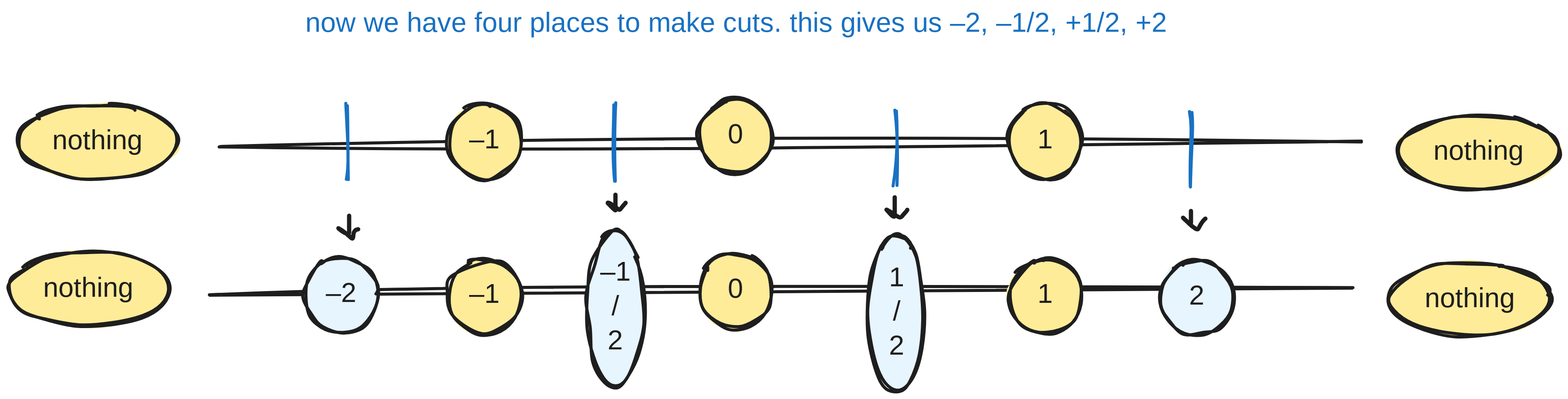
Before: public/how-i-vibed-a-proof-of-conways-conjecture/step3-full.svg, a diagram exported from Excalidraw (gaearon/overreacted.io). Source tidied: one line per element, renumbered; positions are measured from the earlier drawing's top-left corner, leaving out a move shared by most shapes.
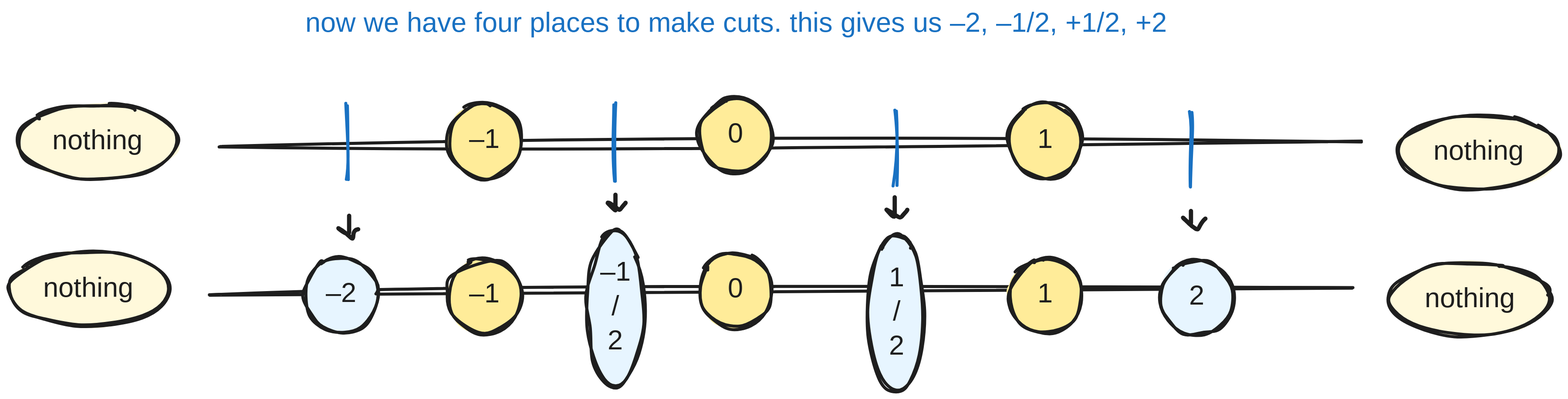
Above is the later version.

Diff of the diagram source:
```diff
@@ -1,7 +1,7 @@
-{"id": 0, "type": "ellipse", "strokeColor": "#1e1e1e", "backgroundColor": "#ffec99", "fillStyle": "solid", "strokeWidth": 4, "roughness": 2, "x": 12, "y": 127, "width": 212, "height": 98}
+{"id": 0, "type": "ellipse", "strokeColor": "#1e1e1e", "backgroundColor": "#fff9db", "fillStyle": "solid", "strokeWidth": 4, "roughness": 2, "x": 12, "y": 127, "width": 212, "height": 98}
-{"id": 1, "type": "ellipse", "strokeColor": "#1e1e1e", "backgroundColor": "#ffec99", "fillStyle": "solid", "strokeWidth": 4, "roughness": 2, "x": 0, "y": 321, "width": 212, "height": 98}
+{"id": 1, "type": "ellipse", "strokeColor": "#1e1e1e", "backgroundColor": "#fff9db", "fillStyle": "solid", "strokeWidth": 4, "roughness": 2, "x": 0, "y": 321, "width": 212, "height": 98}
-{"id": 2, "type": "ellipse", "strokeColor": "#1e1e1e", "backgroundColor": "#ffec99", "fillStyle": "solid", "strokeWidth": 4, "roughness": 2, "x": 1824, "y": 140, "width": 212, "height": 98}
+{"id": 2, "type": "ellipse", "strokeColor": "#1e1e1e", "backgroundColor": "#fff9db", "fillStyle": "solid", "strokeWidth": 4, "roughness": 2, "x": 1824, "y": 140, "width": 212, "height": 98}
-{"id": 3, "type": "ellipse", "strokeColor": "#1e1e1e", "backgroundColor": "#ffec99", "fillStyle": "solid", "strokeWidth": 4, "roughness": 2, "x": 1813, "y": 334, "width": 212, "height": 98}
+{"id": 3, "type": "ellipse", "strokeColor": "#1e1e1e", "backgroundColor": "#fff9db", "fillStyle": "solid", "strokeWidth": 4, "roughness": 2, "x": 1813, "y": 334, "width": 212, "height": 98}
 {"id": 4, "type": "line", "strokeColor": "#1e1e1e", "backgroundColor": "#ffec99", "fillStyle": "cross-hatch", "strokeWidth": 4, "roughness": 2, "x": 277, "y": 184, "width": 1498, "height": 8, "points": [[0, 0], [1498, -8]]}
 {"id": 5, "type": "line", "strokeColor": "#1e1e1e", "backgroundColor": "#ffec99", "fillStyle": "cross-hatch", "strokeWidth": 4, "roughness": 2, "x": 265, "y": 378, "width": 1498, "height": 8, "points": [[0, 0], [1498, -8]]}
 {"id": 6, "type": "text", "text": "now we have four places to make cuts. this gives us –2, –1/2, +1/2, +2", "strokeColor": "#1971c2", "backgroundColor": "#ffec99", "fillStyle": "cross-hatch", "strokeWidth": 4, "roughness": 2, "fontSize": 36, "fontFamily": 5, "textAlign": "center", "x": 323, "y": 0, "width": 1264, "height": 45}
@@ -9,17 +9,17 @@
 {"id": 8, "type": "line", "strokeColor": "#1971c2", "backgroundColor": "#ffec99", "fillStyle": "cross-hatch", "strokeWidth": 4, "roughness": 2, "x": 1554, "y": 137, "width": 0, "height": 99, "points": [[0, 0], [0, 99]]}
 {"id": 9, "type": "line", "strokeColor": "#1971c2", "backgroundColor": "#ffec99", "fillStyle": "cross-hatch", "strokeWidth": 4, "roughness": 2, "x": 1165, "y": 135, "width": 0, "height": 99, "points": [[0, 0], [0, 99]]}
 {"id": 10, "type": "line", "strokeColor": "#1971c2", "backgroundColor": "#ffec99", "fillStyle": "cross-hatch", "strokeWidth": 4, "roughness": 2, "x": 794, "y": 129, "width": 0, "height": 99, "points": [[0, 0], [0, 99]]}
-{"id": 11, "type": "text", "text": "nothing", "strokeColor": "#1e1e1e", "backgroundColor": "#ffec99", "fillStyle": "cross-hatch", "strokeWidth": 4, "roughness": 2, "fontSize": 36, "fontFamily": 5, "textAlign": "center", "x": 53, "y": 154, "width": 129, "height": 45}
+{"id": 11, "type": "text", "text": "nothing", "strokeColor": "#1e1e1e", "backgroundColor": "#fff9db", "fillStyle": "cross-hatch", "strokeWidth": 4, "roughness": 2, "fontSize": 36, "fontFamily": 5, "textAlign": "center", "x": 53, "y": 154, "width": 129, "height": 45}
-{"id": 12, "type": "text", "text": "nothing", "strokeColor": "#1e1e1e", "backgroundColor": "#ffec99", "fillStyle": "cross-hatch", "strokeWidth": 4, "roughness": 2, "fontSize": 36, "fontFamily": 5, "textAlign": "center", "x": 41, "y": 348, "width": 129, "height": 45}
+{"id": 12, "type": "text", "text": "nothing", "strokeColor": "#1e1e1e", "backgroundColor": "#fff9db", "fillStyle": "cross-hatch", "strokeWidth": 4, "roughness": 2, "fontSize": 36, "fontFamily": 5, "textAlign": "center", "x": 41, "y": 348, "width": 129, "height": 45}
-{"id": 13, "type": "text", "text": "nothing", "strokeColor": "#1e1e1e", "backgroundColor": "#ffec99", "fillStyle": "cross-hatch", "strokeWidth": 4, "roughness": 2, "fontSize": 36, "fontFamily": 5, "textAlign": "center", "x": 1865, "y": 168, "width": 129, "height": 45}
+{"id": 13, "type": "text", "text": "nothing", "strokeColor": "#1e1e1e", "backgroundColor": "#fff9db", "fillStyle": "cross-hatch", "strokeWidth": 4, "roughness": 2, "fontSize": 36, "fontFamily": 5, "textAlign": "center", "x": 1865, "y": 168, "width": 129, "height": 45}
-{"id": 14, "type": "text", "text": "nothing", "strokeColor": "#1e1e1e", "backgroundColor": "#ffec99", "fillStyle": "cross-hatch", "strokeWidth": 4, "roughness": 2, "fontSize": 36, "fontFamily": 5, "textAlign": "center", "x": 1854, "y": 362, "width": 129, "height": 45}
+{"id": 14, "type": "text", "text": "nothing", "strokeColor": "#1e1e1e", "backgroundColor": "#fff9db", "fillStyle": "cross-hatch", "strokeWidth": 4, "roughness": 2, "fontSize": 36, "fontFamily": 5, "textAlign": "center", "x": 1854, "y": 362, "width": 129, "height": 45}
-{"id": 15, "type": "ellipse", "strokeColor": "#1e1e1e", "backgroundColor": "#ffec99", "fillStyle": "solid", "strokeWidth": 4, "roughness": 2, "x": 906, "y": 120, "width": 96, "height": 98}
+{"id": 15, "type": "ellipse", "strokeColor": "#1e1e1e", "backgroundColor": "#ffec99", "fillStyle": "solid", "strokeWidth": 4, "roughness": 2, "x": 906, "y": 119, "width": 96, "height": 98}
-{"id": 16, "type": "text", "text": "0", "strokeColor": "#1e1e1e", "backgroundColor": "#ffec99", "fillStyle": "solid", "strokeWidth": 4, "roughness": 2, "fontSize": 36, "fontFamily": 5, "textAlign": "center", "verticalAlign": "middle", "inside": 15, "x": 943, "y": 146, "width": 24, "height": 45}
+{"id": 16, "type": "text", "text": "0", "strokeColor": "#1e1e1e", "backgroundColor": "#ffec99", "fillStyle": "solid", "strokeWidth": 4, "roughness": 2, "fontSize": 36, "fontFamily": 5, "textAlign": "center", "verticalAlign": "middle", "inside": 15, "x": 943, "y": 145, "width": 24, "height": 45}
-{"id": 17, "type": "ellipse", "strokeColor": "#1e1e1e", "backgroundColor": "#ffec99", "fillStyle": "solid", "strokeWidth": 4, "roughness": 2, "x": 906, "y": 323, "width": 96, "height": 98}
+{"id": 17, "type": "ellipse", "strokeColor": "#1e1e1e", "backgroundColor": "#ffec99", "fillStyle": "solid", "strokeWidth": 4, "roughness": 2, "x": 906, "y": 322, "width": 96, "height": 98}
-{"id": 18, "type": "text", "text": "0", "strokeColor": "#1e1e1e", "backgroundColor": "#ffec99", "fillStyle": "solid", "strokeWidth": 4, "roughness": 2, "fontSize": 36, "fontFamily": 5, "textAlign": "center", "verticalAlign": "middle", "inside": 17, "x": 943, "y": 349, "width": 24, "height": 45}
+{"id": 18, "type": "text", "text": "0", "strokeColor": "#1e1e1e", "backgroundColor": "#ffec99", "fillStyle": "solid", "strokeWidth": 4, "roughness": 2, "fontSize": 36, "fontFamily": 5, "textAlign": "center", "verticalAlign": "middle", "inside": 17, "x": 943, "y": 348, "width": 24, "height": 45}
-{"id": 19, "type": "ellipse", "strokeColor": "#1e1e1e", "backgroundColor": "#ffec99", "fillStyle": "solid", "strokeWidth": 4, "roughness": 2, "x": 577, "y": 127, "width": 96, "height": 98}
+{"id": 19, "type": "ellipse", "strokeColor": "#1e1e1e", "backgroundColor": "#ffec99", "fillStyle": "solid", "strokeWidth": 4, "roughness": 2, "x": 577, "y": 126, "width": 96, "height": 98}
-{"id": 20, "type": "text", "text": "–1", "strokeColor": "#1e1e1e", "backgroundColor": "#ffec99", "fillStyle": "solid", "strokeWidth": 4, "roughness": 2, "fontSize": 36, "fontFamily": 5, "textAlign": "center", "verticalAlign": "middle", "inside": 19, "x": 605, "y": 153, "width": 40, "height": 45}
+{"id": 20, "type": "text", "text": "–1", "strokeColor": "#1e1e1e", "backgroundColor": "#ffec99", "fillStyle": "solid", "strokeWidth": 4, "roughness": 2, "fontSize": 36, "fontFamily": 5, "textAlign": "center", "verticalAlign": "middle", "inside": 19, "x": 605, "y": 152, "width": 40, "height": 45}
-{"id": 21, "type": "ellipse", "strokeColor": "#1e1e1e", "backgroundColor": "#ffec99", "fillStyle": "solid", "strokeWidth": 4, "roughness": 2, "x": 577, "y": 330, "width": 96, "height": 98}
+{"id": 21, "type": "ellipse", "strokeColor": "#1e1e1e", "backgroundColor": "#ffec99", "fillStyle": "solid", "strokeWidth": 4, "roughness": 2, "x": 577, "y": 329, "width": 96, "height": 98}
 {"id": 22, "type": "text", "text": "–1", "strokeColor": "#1e1e1e", "backgroundColor": "#ffec99", "fillStyle": "solid", "strokeWidth": 4, "roughness": 2, "fontSize": 36, "fontFamily": 5, "textAlign": "center", "verticalAlign": "middle", "inside": 21, "x": 605, "y": 356, "width": 40, "height": 45}
 {"id": 23, "type": "ellipse", "strokeColor": "#1e1e1e", "backgroundColor": "#e7f5ff", "fillStyle": "solid", "strokeWidth": 4, "roughness": 2, "x": 760, "y": 292, "width": 73, "height": 205}
 {"id": 24, "type": "text", "text": "–1\n/\n2", "strokeColor": "#1e1e1e", "backgroundColor": "#ffec99", "fillStyle": "solid", "strokeWidth": 4, "roughness": 2, "fontSize": 36, "fontFamily": 5, "textAlign": "center", "verticalAlign": "middle", "inside": 23, "x": 777, "y": 327, "width": 40, "height": 135}
@@ -27,9 +27,9 @@
 {"id": 26, "type": "text", "text": "1\n/\n2", "strokeColor": "#1e1e1e", "backgroundColor": "#ffec99", "fillStyle": "solid", "strokeWidth": 4, "roughness": 2, "fontSize": 36, "fontFamily": 5, "textAlign": "center", "verticalAlign": "middle", "inside": 25, "x": 1153, "y": 334, "width": 25, "height": 135}
 {"id": 27, "type": "ellipse", "strokeColor": "#1e1e1e", "backgroundColor": "#e7f5ff", "fillStyle": "solid", "strokeWidth": 4, "roughness": 2, "x": 389, "y": 329, "width": 96, "height": 98}
 {"id": 28, "type": "text", "text": "–2", "strokeColor": "#1e1e1e", "backgroundColor": "#ffec99", "fillStyle": "solid", "strokeWidth": 4, "roughness": 2, "fontSize": 36, "fontFamily": 5, "textAlign": "center", "verticalAlign": "middle", "inside": 27, "x": 412, "y": 355, "width": 50, "height": 45}
-{"id": 29, "type": "ellipse", "strokeColor": "#1e1e1e", "backgroundColor": "#ffec99", "fillStyle": "solid", "strokeWidth": 4, "roughness": 2, "x": 1313, "y": 127, "width": 96, "height": 98}
+{"id": 29, "type": "ellipse", "strokeColor": "#1e1e1e", "backgroundColor": "#ffec99", "fillStyle": "solid", "strokeWidth": 4, "roughness": 2, "x": 1313, "y": 126, "width": 96, "height": 98}
-{"id": 30, "type": "text", "text": "1", "strokeColor": "#1e1e1e", "backgroundColor": "#ffec99", "fillStyle": "solid", "strokeWidth": 4, "roughness": 2, "fontSize": 36, "fontFamily": 5, "textAlign": "center", "verticalAlign": "middle", "inside": 29, "x": 1353, "y": 153, "width": 15, "height": 45}
+{"id": 30, "type": "text", "text": "1", "strokeColor": "#1e1e1e", "backgroundColor": "#ffec99", "fillStyle": "solid", "strokeWidth": 4, "roughness": 2, "fontSize": 36, "fontFamily": 5, "textAlign": "center", "verticalAlign": "middle", "inside": 29, "x": 1353, "y": 152, "width": 15, "height": 45}
-{"id": 31, "type": "ellipse", "strokeColor": "#1e1e1e", "backgroundColor": "#ffec99", "fillStyle": "solid", "strokeWidth": 4, "roughness": 2, "x": 1313, "y": 330, "width": 96, "height": 98}
+{"id": 31, "type": "ellipse", "strokeColor": "#1e1e1e", "backgroundColor": "#ffec99", "fillStyle": "solid", "strokeWidth": 4, "roughness": 2, "x": 1313, "y": 329, "width": 96, "height": 98}
 {"id": 32, "type": "text", "text": "1", "strokeColor": "#1e1e1e", "backgroundColor": "#ffec99", "fillStyle": "solid", "strokeWidth": 4, "roughness": 2, "fontSize": 36, "fontFamily": 5, "textAlign": "center", "verticalAlign": "middle", "inside": 31, "x": 1353, "y": 356, "width": 15, "height": 45}
 {"id": 33, "type": "ellipse", "strokeColor": "#1e1e1e", "backgroundColor": "#e7f5ff", "fillStyle": "solid", "strokeWidth": 4, "roughness": 2, "x": 1511, "y": 332, "width": 96, "height": 98}
 {"id": 34, "type": "text", "text": "2", "strokeColor": "#1e1e1e", "backgroundColor": "#ffec99", "fillStyle": "solid", "strokeWidth": 4, "roughness": 2, "fontSize": 36, "fontFamily": 5, "textAlign": "center", "verticalAlign": "middle", "inside": 33, "x": 1547, "y": 359, "width": 25, "height": 45}
```
